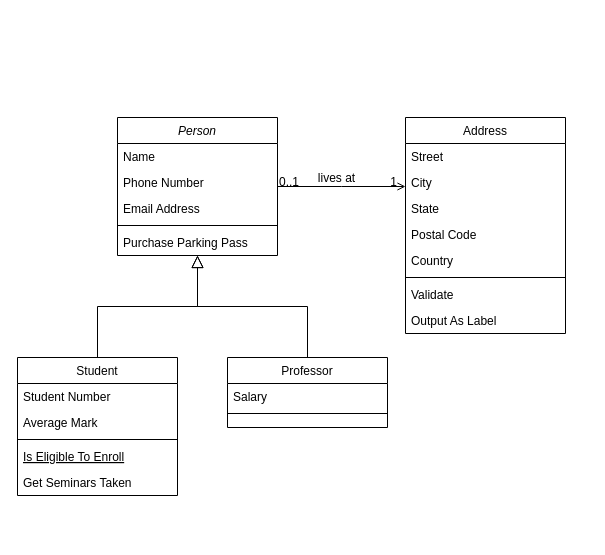
TOcvfan/oopopgave keeps this draw.io diagram as oopopgave.drawio. Above is the earlier version. Source tidied: cells renumbered, new cells numbered last; positions are measured from the earlier drawing's top-left corner, leaving out a move shared by most shapes. Both pictures are drawn from the tidied source at 100%, with x=0, y=0 at pixel (17, 117).
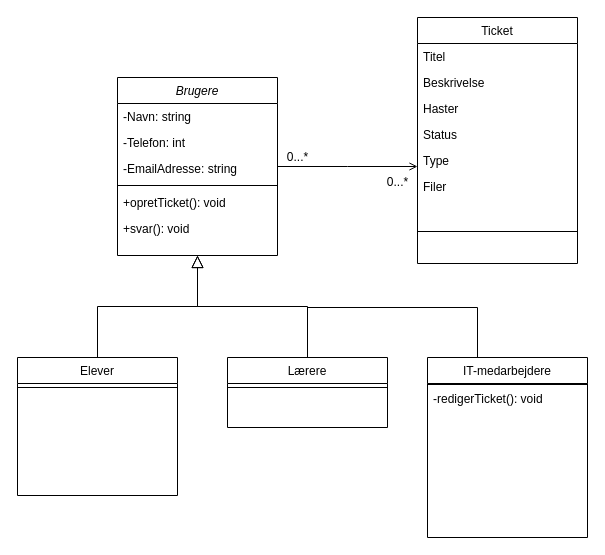
After the change.

The change refers to these unchanged cells:
```xml
<mxCell id="28" style="endArrow=open;shadow=0;strokeWidth=1;rounded=0;endFill=1;edgeStyle=elbowEdgeStyle;elbow=vertical;" parent="1" edge="1" source="2" target="19">
  <mxGeometry x="0.5" y="41" relative="1" as="geometry">
    <mxPoint x="-40" y="32" as="offset" />
  </mxGeometry>
</mxCell>
```

The edit, as a diff of the source:
```diff
@@
-    <mxCell id="2" value="Person" style="swimlane;fontStyle=2;align=center;verticalAlign=top;horizontal=1;startSize=26;rounded=0;shadow=0;strokeWidth=1;" parent="1" vertex="1">
-      <mxGeometry x="100" width="160" height="138" as="geometry" />
+    <mxCell id="2" value="Brugere" style="swimlane;fontStyle=2;align=center;verticalAlign=top;horizontal=1;startSize=26;rounded=0;shadow=0;strokeWidth=1;" parent="1" vertex="1">
+      <mxGeometry x="100" y="-40" width="160" height="178" as="geometry" />
     </mxCell>
-    <mxCell id="3" value="Name" style="text;align=left;verticalAlign=top;spacingLeft=4;spacingRight=4;overflow=hidden;" parent="2" vertex="1">
+    <mxCell id="3" value="-Navn: string" style="text;align=left;verticalAlign=top;spacingLeft=4;spacingRight=4;overflow=hidden;" parent="2" vertex="1">
       <mxGeometry y="26" width="160" height="26" as="geometry" />
     </mxCell>
-    <mxCell id="4" value="Phone Number" style="text;align=left;verticalAlign=top;spacingLeft=4;spacingRight=4;overflow=hidden;rounded=0;shadow=0;html=0;" parent="2" vertex="1">
+    <mxCell id="4" value="-Telefon: int" style="text;align=left;verticalAlign=top;spacingLeft=4;spacingRight=4;overflow=hidden;rounded=0;shadow=0;html=0;" parent="2" vertex="1">
       <mxGeometry y="52" width="160" height="26" as="geometry" />
     </mxCell>
-    <mxCell id="5" value="Email Address" style="text;align=left;verticalAlign=top;spacingLeft=4;spacingRight=4;overflow=hidden;rounded=0;shadow=0;html=0;" parent="2" vertex="1">
+    <mxCell id="5" value="-EmailAdresse: string" style="text;align=left;verticalAlign=top;spacingLeft=4;spacingRight=4;overflow=hidden;rounded=0;shadow=0;html=0;" parent="2" vertex="1">
       <mxGeometry y="78" width="160" height="26" as="geometry" />
     </mxCell>
@@
-    <mxCell id="7" value="Purchase Parking Pass" style="text;align=left;verticalAlign=top;spacingLeft=4;spacingRight=4;overflow=hidden;" parent="2" vertex="1">
+    <mxCell id="7" value="+opretTicket(): void" style="text;align=left;verticalAlign=top;spacingLeft=4;spacingRight=4;overflow=hidden;" parent="2" vertex="1">
       <mxGeometry y="112" width="160" height="26" as="geometry" />
     </mxCell>
+    <mxCell id="32" value="+svar(): void" style="text;align=left;verticalAlign=top;spacingLeft=4;spacingRight=4;overflow=hidden;" parent="2" vertex="1">
+      <mxGeometry y="138" width="160" height="26" as="geometry" />
+    </mxCell>
-    <mxCell id="8" value="Student" style="swimlane;fontStyle=0;align=center;verticalAlign=top;horizontal=1;startSize=26;rounded=0;shadow=0;strokeWidth=1;" parent="1" vertex="1">
+    <mxCell id="8" value="Elever" style="swimlane;fontStyle=0;align=center;verticalAlign=top;horizontal=1;startSize=26;rounded=0;shadow=0;strokeWidth=1;" parent="1" vertex="1">
       <mxGeometry y="240" width="160" height="138" as="geometry" />
     </mxCell>
-    <mxCell id="9" value="Student Number" style="text;align=left;verticalAlign=top;spacingLeft=4;spacingRight=4;overflow=hidden;" parent="8" vertex="1">
-      <mxGeometry y="26" width="160" height="26" as="geometry" />
-    </mxCell>
-    <mxCell id="10" value="Average Mark" style="text;align=left;verticalAlign=top;spacingLeft=4;spacingRight=4;overflow=hidden;rounded=0;shadow=0;html=0;" parent="8" vertex="1">
-      <mxGeometry y="52" width="160" height="26" as="geometry" />
-    </mxCell>
     <mxCell id="11" style="line;html=1;strokeWidth=1;align=left;verticalAlign=middle;spacingTop=-1;spacingLeft=3;spacingRight=3;labelPosition=right;" parent="8" vertex="1">
-      <mxGeometry y="78" width="160" height="8" as="geometry" />
+      <mxGeometry y="26" width="160" height="8" as="geometry" />
     </mxCell>
-    <mxCell id="12" value="Is Eligible To Enroll" style="text;align=left;verticalAlign=top;spacingLeft=4;spacingRight=4;overflow=hidden;fontStyle=4;" parent="8" vertex="1">
-      <mxGeometry y="86" width="160" height="26" as="geometry" />
-    </mxCell>
-    <mxCell id="13" value="Get Seminars Taken" style="text;align=left;verticalAlign=top;spacingLeft=4;spacingRight=4;overflow=hidden;" parent="8" vertex="1">
-      <mxGeometry y="112" width="160" height="26" as="geometry" />
-    </mxCell>
@@
-    <mxCell id="15" value="Professor" style="swimlane;fontStyle=0;align=center;verticalAlign=top;horizontal=1;startSize=26;rounded=0;shadow=0;strokeWidth=1;" parent="1" vertex="1">
+    <mxCell id="15" value="Lærere" style="swimlane;fontStyle=0;align=center;verticalAlign=top;horizontal=1;startSize=26;rounded=0;shadow=0;strokeWidth=1;" parent="1" vertex="1">
       <mxGeometry x="210" y="240" width="160" height="70" as="geometry" />
     </mxCell>
-    <mxCell id="16" value="Salary" style="text;align=left;verticalAlign=top;spacingLeft=4;spacingRight=4;overflow=hidden;" parent="15" vertex="1">
-      <mxGeometry y="26" width="160" height="26" as="geometry" />
-    </mxCell>
     <mxCell id="17" style="line;html=1;strokeWidth=1;align=left;verticalAlign=middle;spacingTop=-1;spacingLeft=3;spacingRight=3;labelPosition=right;" parent="15" vertex="1">
-      <mxGeometry y="52" width="160" height="8" as="geometry" />
+      <mxGeometry y="26" width="160" height="8" as="geometry" />
     </mxCell>
@@
-    <mxCell id="19" value="Address" style="swimlane;fontStyle=0;align=center;verticalAlign=top;horizontal=1;startSize=26;rounded=0;shadow=0;strokeWidth=1;" parent="1" vertex="1">
-      <mxGeometry x="388" width="160" height="216" as="geometry" />
+    <mxCell id="19" value="Ticket" style="swimlane;fontStyle=0;align=center;verticalAlign=top;horizontal=1;startSize=26;rounded=0;shadow=0;strokeWidth=1;" parent="1" vertex="1">
+      <mxGeometry x="400" y="-100" width="160" height="246" as="geometry" />
     </mxCell>
-    <mxCell id="20" value="Street" style="text;align=left;verticalAlign=top;spacingLeft=4;spacingRight=4;overflow=hidden;" parent="19" vertex="1">
+    <mxCell id="20" value="Titel" style="text;align=left;verticalAlign=top;spacingLeft=4;spacingRight=4;overflow=hidden;" parent="19" vertex="1">
       <mxGeometry y="26" width="160" height="26" as="geometry" />
     </mxCell>
-    <mxCell id="21" value="City" style="text;align=left;verticalAlign=top;spacingLeft=4;spacingRight=4;overflow=hidden;rounded=0;shadow=0;html=0;" parent="19" vertex="1">
+    <mxCell id="21" value="Beskrivelse" style="text;align=left;verticalAlign=top;spacingLeft=4;spacingRight=4;overflow=hidden;rounded=0;shadow=0;html=0;" parent="19" vertex="1">
       <mxGeometry y="52" width="160" height="26" as="geometry" />
     </mxCell>
-    <mxCell id="22" value="State" style="text;align=left;verticalAlign=top;spacingLeft=4;spacingRight=4;overflow=hidden;rounded=0;shadow=0;html=0;" parent="19" vertex="1">
+    <mxCell id="22" value="Haster" style="text;align=left;verticalAlign=top;spacingLeft=4;spacingRight=4;overflow=hidden;rounded=0;shadow=0;html=0;" parent="19" vertex="1">
       <mxGeometry y="78" width="160" height="26" as="geometry" />
     </mxCell>
-    <mxCell id="23" value="Postal Code" style="text;align=left;verticalAlign=top;spacingLeft=4;spacingRight=4;overflow=hidden;rounded=0;shadow=0;html=0;" parent="19" vertex="1">
+    <mxCell id="23" value="Status" style="text;align=left;verticalAlign=top;spacingLeft=4;spacingRight=4;overflow=hidden;rounded=0;shadow=0;html=0;" parent="19" vertex="1">
       <mxGeometry y="104" width="160" height="26" as="geometry" />
     </mxCell>
-    <mxCell id="24" value="Country" style="text;align=left;verticalAlign=top;spacingLeft=4;spacingRight=4;overflow=hidden;rounded=0;shadow=0;html=0;" parent="19" vertex="1">
+    <mxCell id="24" value="Type" style="text;align=left;verticalAlign=top;spacingLeft=4;spacingRight=4;overflow=hidden;rounded=0;shadow=0;html=0;" parent="19" vertex="1">
       <mxGeometry y="130" width="160" height="26" as="geometry" />
     </mxCell>
+    <mxCell id="33" value="Filer" style="text;align=left;verticalAlign=top;spacingLeft=4;spacingRight=4;overflow=hidden;rounded=0;shadow=0;html=0;" parent="19" vertex="1">
+      <mxGeometry y="156" width="160" height="26" as="geometry" />
+    </mxCell>
     <mxCell id="25" style="line;html=1;strokeWidth=1;align=left;verticalAlign=middle;spacingTop=-1;spacingLeft=3;spacingRight=3;labelPosition=right;" parent="19" vertex="1">
-      <mxGeometry y="156" width="160" height="8" as="geometry" />
+      <mxGeometry y="182" width="160" height="64" as="geometry" />
     </mxCell>
-    <mxCell id="26" value="Validate" style="text;align=left;verticalAlign=top;spacingLeft=4;spacingRight=4;overflow=hidden;" parent="19" vertex="1">
-      <mxGeometry y="164" width="160" height="26" as="geometry" />
-    </mxCell>
-    <mxCell id="27" value="Output As Label" style="text;align=left;verticalAlign=top;spacingLeft=4;spacingRight=4;overflow=hidden;" parent="19" vertex="1">
-      <mxGeometry y="190" width="160" height="26" as="geometry" />
-    </mxCell>
@@
-    <mxCell id="29" value="0..1" style="align=left;verticalAlign=bottom;labelBackgroundColor=none;fontSize=12;" parent="28" vertex="1">
-      <mxGeometry x="-1" relative="1" as="geometry">
-        <mxPoint y="4" as="offset" />
-      </mxGeometry>
-    </mxCell>
-    <mxCell id="30" value="1" style="align=right;verticalAlign=bottom;labelBackgroundColor=none;fontSize=12;" parent="28" vertex="1">
-      <mxGeometry x="1" relative="1" as="geometry">
-        <mxPoint x="-7" y="4" as="offset" />
-      </mxGeometry>
-    </mxCell>
-    <mxCell id="31" value="lives at" style="text;html=1;align=center;verticalAlign=middle;labelBackgroundColor=none;rounded=0;shadow=0;strokeWidth=1;fontSize=12;" parent="28" vertex="1">
-      <mxGeometry x="0.5" y="49" relative="1" as="geometry">
-        <mxPoint x="-38" y="40" as="offset" />
-      </mxGeometry>
-    </mxCell>
+    <mxCell id="34" value="IT-medarbejdere" style="swimlane;fontStyle=0;align=center;verticalAlign=top;horizontal=1;startSize=26;rounded=0;shadow=0;strokeWidth=1;" parent="1" vertex="1">
+      <mxGeometry x="410" y="240" width="160" height="180" as="geometry" />
+    </mxCell>
+    <mxCell id="35" style="line;html=1;strokeWidth=1;align=left;verticalAlign=middle;spacingTop=-1;spacingLeft=3;spacingRight=3;labelPosition=right;" parent="34" vertex="1">
+      <mxGeometry y="26" width="160" height="2" as="geometry" />
+    </mxCell>
+    <mxCell id="36" value="-redigerTicket(): void" style="text;align=left;verticalAlign=top;spacingLeft=4;spacingRight=4;overflow=hidden;" parent="34" vertex="1">
+      <mxGeometry y="28" width="160" height="26" as="geometry" />
+    </mxCell>
+    <mxCell id="37" style="endArrow=none;endFill=0;shadow=0;strokeWidth=1;rounded=0;edgeStyle=elbowEdgeStyle;elbow=vertical;startArrow=none;startFill=0;" parent="1" edge="1">
+      <mxGeometry relative="1" as="geometry">
+        <mxPoint x="460" y="240" as="sourcePoint" />
+        <mxPoint x="290" y="190" as="targetPoint" />
+        <Array as="points">
+          <mxPoint x="380" y="190" />
+        </Array>
+      </mxGeometry>
+    </mxCell>
+    <mxCell id="38" value="0...*" style="text;html=1;align=center;verticalAlign=middle;strokeColor=none;fillColor=none;" parent="1" vertex="1">
+      <mxGeometry x="260" y="25" width="40" height="30" as="geometry" />
+    </mxCell>
+    <mxCell id="39" value="0...*" style="text;html=1;align=center;verticalAlign=middle;strokeColor=none;fillColor=none;" parent="1" vertex="1">
+      <mxGeometry x="360" y="50" width="40" height="30" as="geometry" />
+    </mxCell>
```
